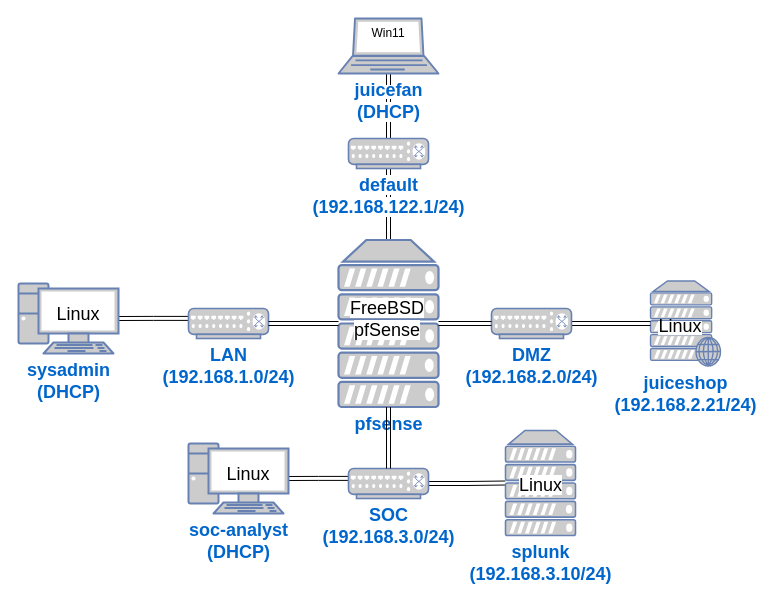
This is content/labs/diagrams/firewall-splunk.drawio from bsebhat/bsebhat.github.io, a draw.io file, before an edit. Source tidied: cells renumbered, new cells numbered last; positions are measured from the earlier drawing's top-left corner, leaving out a move shared by most shapes. Both pictures are drawn from the tidied source at 100%, with x=0, y=0 at pixel (18, 18).
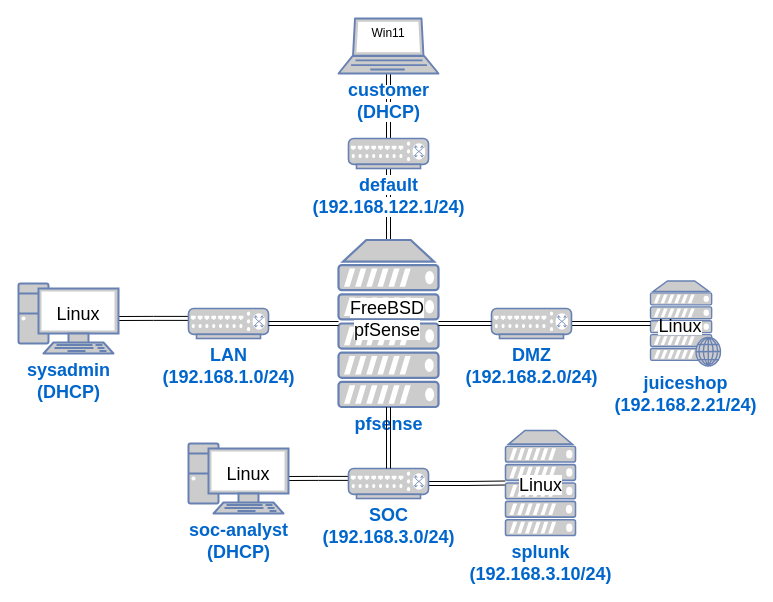
The same page after the edit.

The change refers to these unchanged cells:
```xml
<mxCell id="5" style="group;" parent="1" vertex="1">
  <mxGeometry x="320" width="100" height="55" as="geometry" />
</mxCell>
```

The edit, as a diff of the source:
```diff
@@
-    <mxCell id="6" value="&lt;span style=&quot;background-color: rgb(255, 255, 255);&quot;&gt;&lt;b&gt;&lt;font style=&quot;font-size: 18px;&quot;&gt;juicefan&lt;br&gt;&lt;/font&gt;&lt;/b&gt;&lt;/span&gt;&lt;b&gt;&lt;font style=&quot;font-size: 18px;&quot;&gt;&lt;span style=&quot;background-color: rgb(255, 255, 255);&quot;&gt;(DHCP)&lt;/span&gt;&lt;br&gt;&lt;/font&gt;&lt;/b&gt;" style="fontColor=#0066CC;verticalAlign=top;verticalLabelPosition=bottom;labelPosition=center;align=center;html=1;outlineConnect=0;fillColor=#CCCCCC;strokeColor=#6881B3;gradientColor=none;gradientDirection=north;strokeWidth=2;shape=mxgraph.networks.laptop;" parent="5" vertex="1">
+    <mxCell id="6" value="&lt;span style=&quot;background-color: rgb(255, 255, 255);&quot;&gt;&lt;b&gt;&lt;font style=&quot;font-size: 18px;&quot;&gt;customer&lt;br&gt;&lt;/font&gt;&lt;/b&gt;&lt;/span&gt;&lt;b&gt;&lt;font style=&quot;font-size: 18px;&quot;&gt;&lt;span style=&quot;background-color: rgb(255, 255, 255);&quot;&gt;(DHCP)&lt;/span&gt;&lt;br&gt;&lt;/font&gt;&lt;/b&gt;" style="fontColor=#0066CC;verticalAlign=top;verticalLabelPosition=bottom;labelPosition=center;align=center;html=1;outlineConnect=0;fillColor=#CCCCCC;strokeColor=#6881B3;gradientColor=none;gradientDirection=north;strokeWidth=2;shape=mxgraph.networks.laptop;" parent="5" vertex="1">
       <mxGeometry width="100" height="55" as="geometry" />
     </mxCell>
```
